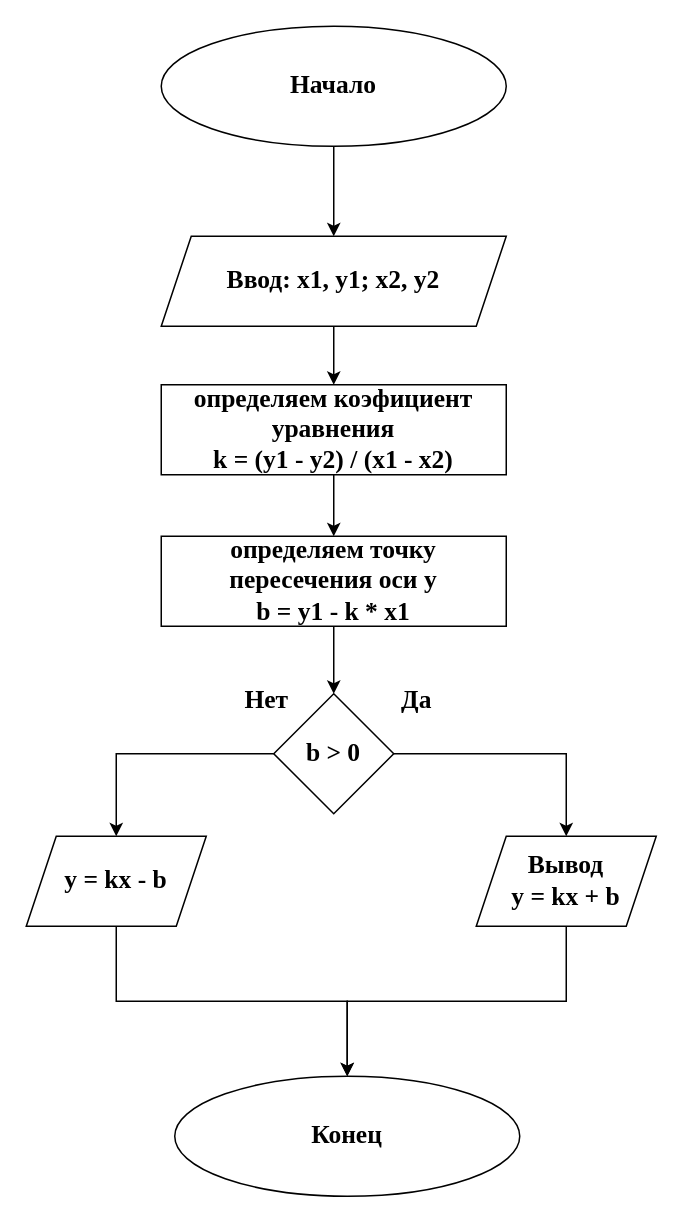
Earlier version of the draw.io diagram lesson_one/task_two/task2.drawio (KazancevVitaly/algos_python_intercours). Source tidied: cells renumbered, new cells numbered last; positions are measured from the earlier drawing's top-left corner, leaving out a move shared by most shapes. Both pictures are drawn from the tidied source at 150%, with x=0, y=0 at pixel (26, 26).
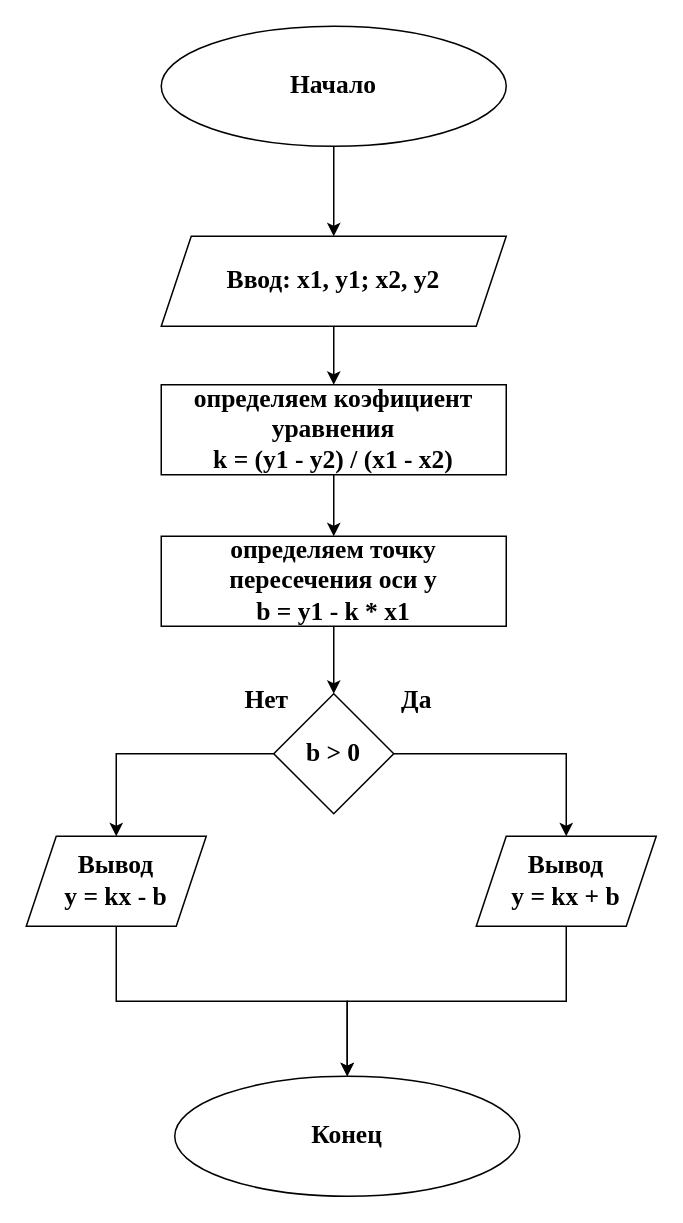
The same diagram, later.

Diff of the diagram source:
```diff
@@
 <mxGraphModel>
   <root>
     <mxCell id="0" />
     <mxCell id="1" parent="0" />
     <mxCell id="2" style="edgeStyle=orthogonalEdgeStyle;rounded=0;jettySize=auto;html=1;exitX=0.5;exitY=1;exitDx=0;exitDy=0;entryX=0.5;entryY=0;entryDx=0;entryDy=0;fontFamily=Times New Roman;fontStyle=1;fontSize=17;" parent="1" edge="1" source="3" target="5">
       <mxGeometry relative="1" as="geometry" />
     </mxCell>
     <mxCell id="3" value="&lt;font style=&quot;font-size: 17px;&quot;&gt;&lt;span style=&quot;font-size: 17px;&quot;&gt;Начало&lt;/span&gt;&lt;/font&gt;" style="ellipse;whiteSpace=wrap;html=1;fontFamily=Times New Roman;fontStyle=1;fontSize=17;" parent="1" vertex="1">
       <mxGeometry x="90" width="230" height="80" as="geometry" />
     </mxCell>
     <mxCell id="4" style="edgeStyle=orthogonalEdgeStyle;rounded=0;jettySize=auto;html=1;fontFamily=Times New Roman;fontStyle=1;fontSize=17;" parent="1" edge="1" source="5" target="7">
       <mxGeometry relative="1" as="geometry" />
     </mxCell>
     <mxCell id="5" value="Ввод: x1, y1; x2, y2" style="shape=parallelogram;perimeter=parallelogramPerimeter;whiteSpace=wrap;html=1;fixedSize=1;fontFamily=Times New Roman;fontStyle=1;fontSize=17;" parent="1" vertex="1">
       <mxGeometry x="90" y="140" width="230" height="60" as="geometry" />
     </mxCell>
     <mxCell id="6" style="edgeStyle=orthogonalEdgeStyle;rounded=0;jettySize=auto;html=1;fontFamily=Times New Roman;fontStyle=1;fontSize=17;" parent="1" edge="1" source="7" target="9">
       <mxGeometry relative="1" as="geometry" />
     </mxCell>
     <mxCell id="7" value="определяем коэфициент уравнения&lt;br style=&quot;font-size: 17px;&quot;&gt;k = (y1 - y2) / (x1 - x2)" style="rounded=0;whiteSpace=wrap;html=1;fontFamily=Times New Roman;fontStyle=1;fontSize=17;" parent="1" vertex="1">
       <mxGeometry x="90" y="239" width="230" height="60" as="geometry" />
     </mxCell>
     <mxCell id="8" style="edgeStyle=orthogonalEdgeStyle;rounded=0;jettySize=auto;html=1;fontFamily=Times New Roman;fontStyle=1;fontSize=17;" parent="1" edge="1" source="9" target="12">
       <mxGeometry relative="1" as="geometry" />
     </mxCell>
     <mxCell id="9" value="определяем точку пересечения оси y&lt;br style=&quot;font-size: 17px;&quot;&gt;b = y1 - k * x1" style="rounded=0;whiteSpace=wrap;html=1;fontFamily=Times New Roman;fontStyle=1;fontSize=17;" parent="1" vertex="1">
       <mxGeometry x="90" y="340" width="230" height="60" as="geometry" />
     </mxCell>
     <mxCell id="10" style="edgeStyle=orthogonalEdgeStyle;rounded=0;jettySize=auto;html=1;entryX=0.5;entryY=0;entryDx=0;entryDy=0;fontFamily=Times New Roman;fontStyle=1;fontSize=17;" parent="1" edge="1" source="12" target="18">
       <mxGeometry relative="1" as="geometry" />
     </mxCell>
     <mxCell id="11" style="edgeStyle=orthogonalEdgeStyle;rounded=0;jettySize=auto;html=1;exitX=1;exitY=0.5;exitDx=0;exitDy=0;entryX=0.5;entryY=0;entryDx=0;entryDy=0;fontFamily=Times New Roman;fontStyle=1;fontSize=17;" parent="1" edge="1" source="12" target="16">
       <mxGeometry relative="1" as="geometry" />
     </mxCell>
     <mxCell id="12" value="b &amp;gt; 0" style="rhombus;whiteSpace=wrap;html=1;fontFamily=Times New Roman;fontStyle=1;fontSize=17;" parent="1" vertex="1">
       <mxGeometry x="165" y="445" width="80" height="80" as="geometry" />
     </mxCell>
     <mxCell id="13" value="Да" style="text;html=1;align=center;verticalAlign=middle;fontFamily=Times New Roman;fontStyle=1;fontSize=17;" parent="1" vertex="1">
       <mxGeometry x="240" y="435" width="40" height="30" as="geometry" />
     </mxCell>
     <mxCell id="14" value="Нет" style="text;html=1;align=center;verticalAlign=middle;fontFamily=Times New Roman;fontStyle=1;fontSize=17;" parent="1" vertex="1">
       <mxGeometry x="140" y="435" width="40" height="30" as="geometry" />
     </mxCell>
     <mxCell id="15" style="edgeStyle=orthogonalEdgeStyle;rounded=0;jettySize=auto;html=1;fontFamily=Times New Roman;fontStyle=1;fontSize=17;" parent="1" edge="1" source="16" target="19">
       <mxGeometry relative="1" as="geometry" />
     </mxCell>
     <mxCell id="16" value="Вывод&lt;br&gt;y = kx + b" style="shape=parallelogram;perimeter=parallelogramPerimeter;whiteSpace=wrap;html=1;fixedSize=1;fontFamily=Times New Roman;fontStyle=1;fontSize=17;" parent="1" vertex="1">
       <mxGeometry x="300" y="540" width="120" height="60" as="geometry" />
     </mxCell>
     <mxCell id="17" style="edgeStyle=orthogonalEdgeStyle;rounded=0;jettySize=auto;html=1;exitX=0.5;exitY=1;exitDx=0;exitDy=0;entryX=0.5;entryY=0;entryDx=0;entryDy=0;fontFamily=Times New Roman;fontStyle=1;fontSize=17;" parent="1" edge="1" source="18" target="19">
       <mxGeometry relative="1" as="geometry" />
     </mxCell>
-    <mxCell id="18" value="y = kx - b" style="shape=parallelogram;perimeter=parallelogramPerimeter;whiteSpace=wrap;html=1;fixedSize=1;fontFamily=Times New Roman;fontStyle=1;fontSize=17;" parent="1" vertex="1">
+    <mxCell id="18" value="Вывод&lt;br&gt;y = kx - b" style="shape=parallelogram;perimeter=parallelogramPerimeter;whiteSpace=wrap;html=1;fixedSize=1;fontFamily=Times New Roman;fontStyle=1;fontSize=17;" parent="1" vertex="1">
       <mxGeometry y="540" width="120" height="60" as="geometry" />
     </mxCell>
     <mxCell id="19" value="Конец" style="ellipse;whiteSpace=wrap;html=1;fontFamily=Times New Roman;fontStyle=1;fontSize=17;" parent="1" vertex="1">
       <mxGeometry x="99" y="700" width="230" height="80" as="geometry" />
     </mxCell>
   </root>
 </mxGraphModel>
```
